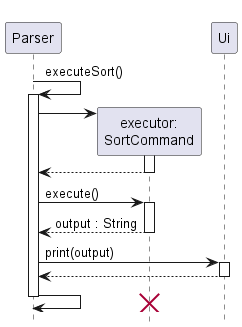
nus-cs2113-AY2223S1/tp keeps this PlantUML diagram as docs/imgs/sortSequence.png. Above is the earlier version. Its source is kept beside it as docs/UML Diagrams/sortSequence.puml.
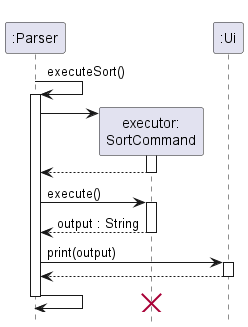
After the commit.

The edit, as a diff of the source:
```diff
@@ -3,33 +3,33 @@
 
 hide footbox
 
-participant Parser
+participant ":Parser"
 
-Parser -> Parser : executeSort()
-activate Parser
+":Parser" -> ":Parser" : executeSort()
+activate ":Parser"
 
 create "executor:\nSortCommand"
-Parser -> "executor:\nSortCommand"
+":Parser" -> "executor:\nSortCommand"
 
 activate "executor:\nSortCommand"
-"executor:\nSortCommand" --> Parser
+"executor:\nSortCommand" --> ":Parser"
 deactivate "executor:\nSortCommand"
 
-Parser -> "executor:\nSortCommand" : execute()
+":Parser" -> "executor:\nSortCommand" : execute()
 activate "executor:\nSortCommand"
-"executor:\nSortCommand" --> Parser: output : String
+"executor:\nSortCommand" --> ":Parser": output : String
 deactivate "executor:\nSortCommand"
 
-participant Ui
+participant ":Ui"
 
-Parser -> Ui : print(output)
-activate Ui
-Ui --> Parser
-deactivate Ui
+":Parser" -> ":Ui" : print(output)
+activate ":Ui"
+":Ui" --> ":Parser"
+deactivate ":Ui"
 
-Parser -> Parser
+":Parser" -> ":Parser"
 destroy "executor:\nSortCommand"
-deactivate Parser
+deactivate ":Parser"
 
 
 @enduml
```
